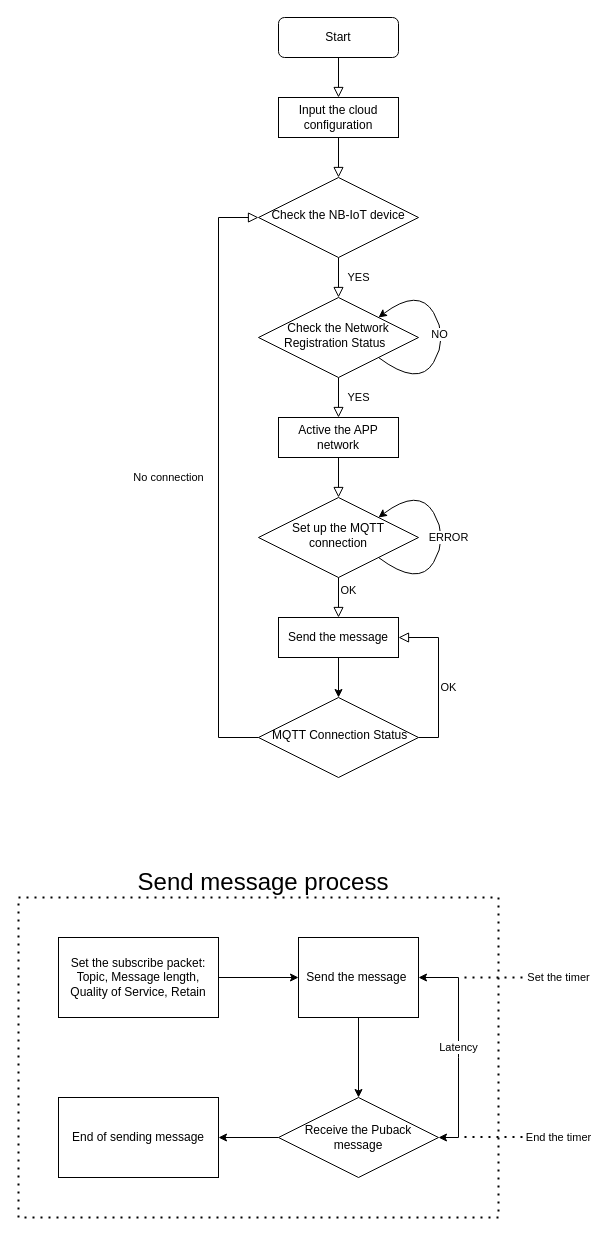
Earlier version of the draw.io diagram NB_IoT.drawio (K2ayzz/ForDrawIO). Source tidied: cells renumbered, new cells numbered last; positions are measured from the earlier drawing's top-left corner, leaving out a move shared by most shapes. Both pictures are drawn from the tidied source at 100%, with x=0, y=0 at pixel (18, 17).
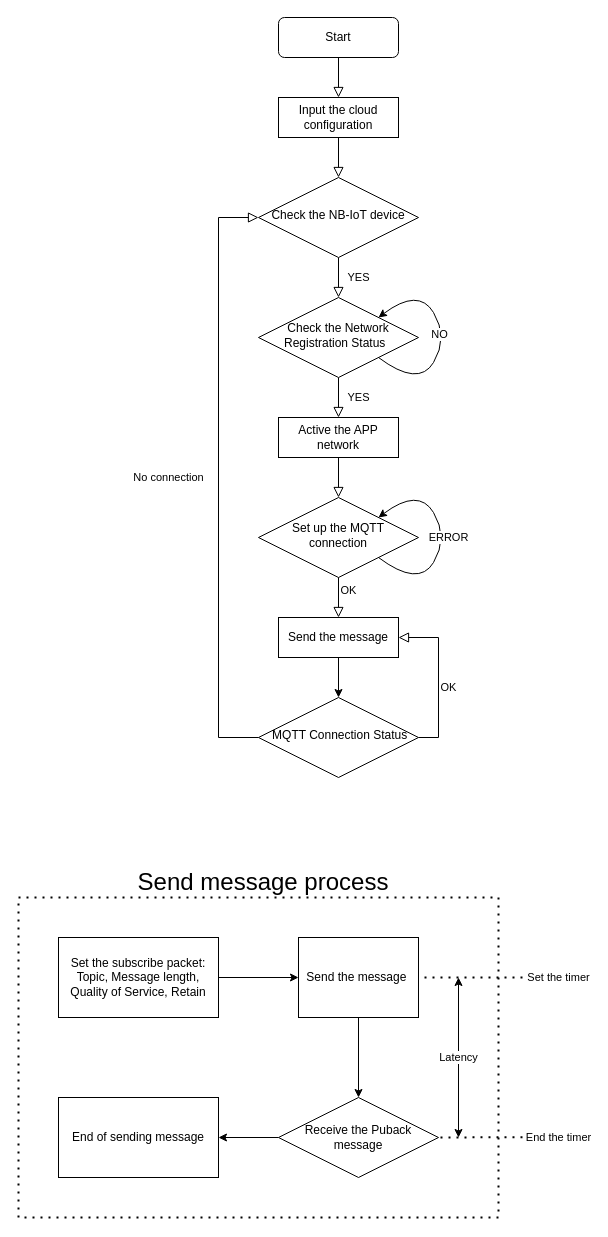
The same page after the edit.

Commit message:
Cập nhật NB_IoT.drawio

Unchanged cells that the change refers to:
```xml
<mxCell id="24" value="Send the message&amp;nbsp;" style="rounded=0;whiteSpace=wrap;html=1;" parent="1" vertex="1">
  <mxGeometry x="280" y="920" width="120" height="80" as="geometry" />
</mxCell>
<mxCell id="26" value="Receive the Puback message" style="rhombus;whiteSpace=wrap;html=1;rounded=0;" parent="1" vertex="1">
  <mxGeometry x="260" y="1080" width="160" height="80" as="geometry" />
</mxCell>
```

What changed in the source:
```diff
@@
-    <mxCell id="27" value="Latency" style="endArrow=classic;startArrow=classic;html=1;rounded=0;entryX=1;entryY=0.5;entryDx=0;entryDy=0;exitX=1;exitY=0.5;exitDx=0;exitDy=0;" parent="1" edge="1" source="26" target="24">
+    <mxCell id="27" value="Latency" style="endArrow=classic;startArrow=classic;html=1;rounded=0;" parent="1" edge="1">
       <mxGeometry relative="1" as="geometry">
+        <mxPoint x="440" y="1120" as="sourcePoint" />
+        <mxPoint x="440" y="960" as="targetPoint" />
         <Array as="points">
           <mxPoint x="440" y="1120" />
           <mxPoint x="440" y="1040" />
           <mxPoint x="440" y="960" />
         </Array>
       </mxGeometry>
     </mxCell>
@@
-    <mxCell id="31" value="Set the timer" style="endArrow=none;dashed=1;html=1;dashPattern=1 3;strokeWidth=2;rounded=0;" parent="1" edge="1">
+    <mxCell id="31" value="Set the timer" style="endArrow=none;dashed=1;html=1;dashPattern=1 3;strokeWidth=2;rounded=0;entryX=1;entryY=0.5;entryDx=0;entryDy=0;" parent="1" edge="1" target="24">
       <mxGeometry x="-1" y="-20" relative="1" as="geometry">
         <mxPoint x="520" y="960" as="sourcePoint" />
-        <mxPoint x="440" y="960" as="targetPoint" />
         <mxPoint x="20" y="20" as="offset" />
       </mxGeometry>
     </mxCell>
-    <mxCell id="32" value="End the timer" style="endArrow=none;dashed=1;html=1;dashPattern=1 3;strokeWidth=2;rounded=0;" parent="1" edge="1">
+    <mxCell id="32" value="End the timer" style="endArrow=none;dashed=1;html=1;dashPattern=1 3;strokeWidth=2;rounded=0;entryX=1;entryY=0.5;entryDx=0;entryDy=0;" parent="1" edge="1" target="26">
       <mxGeometry x="-1" y="-20" relative="1" as="geometry">
         <mxPoint x="520" y="1119.6" as="sourcePoint" />
-        <mxPoint x="440" y="1119.6" as="targetPoint" />
         <mxPoint x="20" y="20" as="offset" />
       </mxGeometry>
     </mxCell>
```
